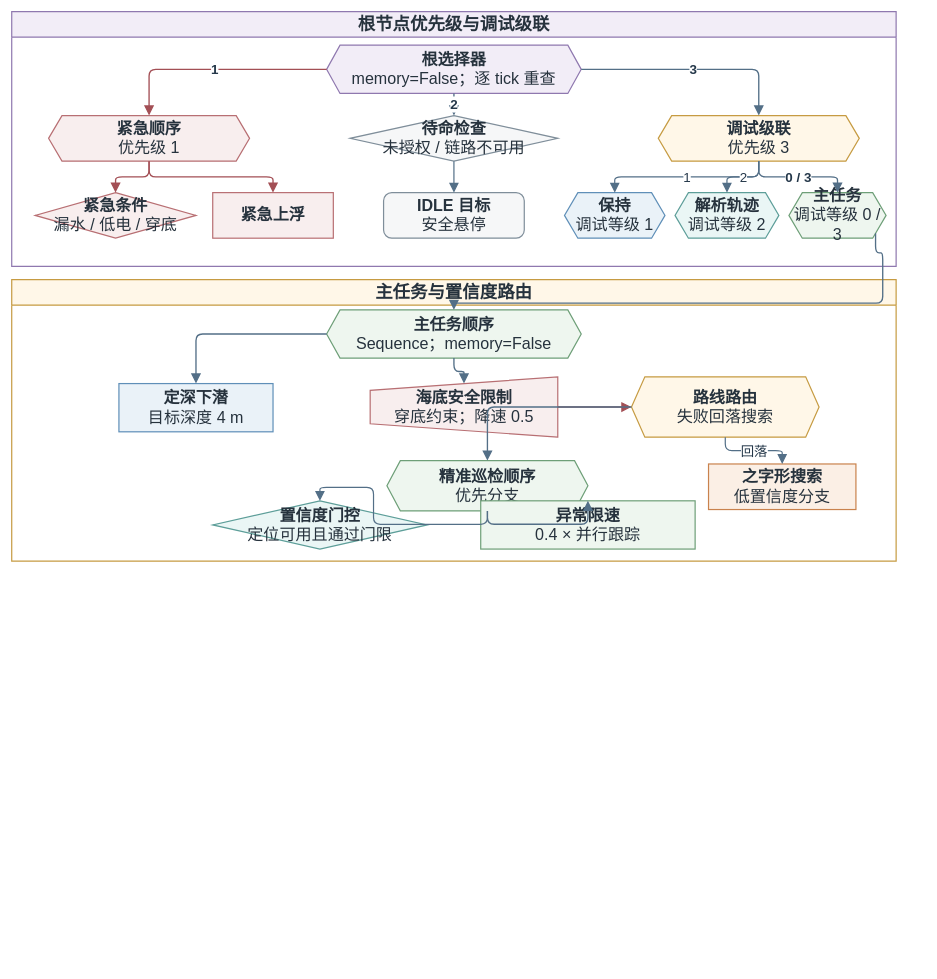
Earlier version of the draw.io diagram docs/thesis/figures/architecture/auv_v2_behavior_tree_illustration.drawio (360ZMEM/AUV-Master-Project). Source tidied: cells renumbered, new cells numbered last; positions are measured from the earlier drawing's top-left corner, leaving out a move shared by most shapes. Both pictures are drawn from the tidied source at 67%, with x=0, y=0 at pixel (11, 11).
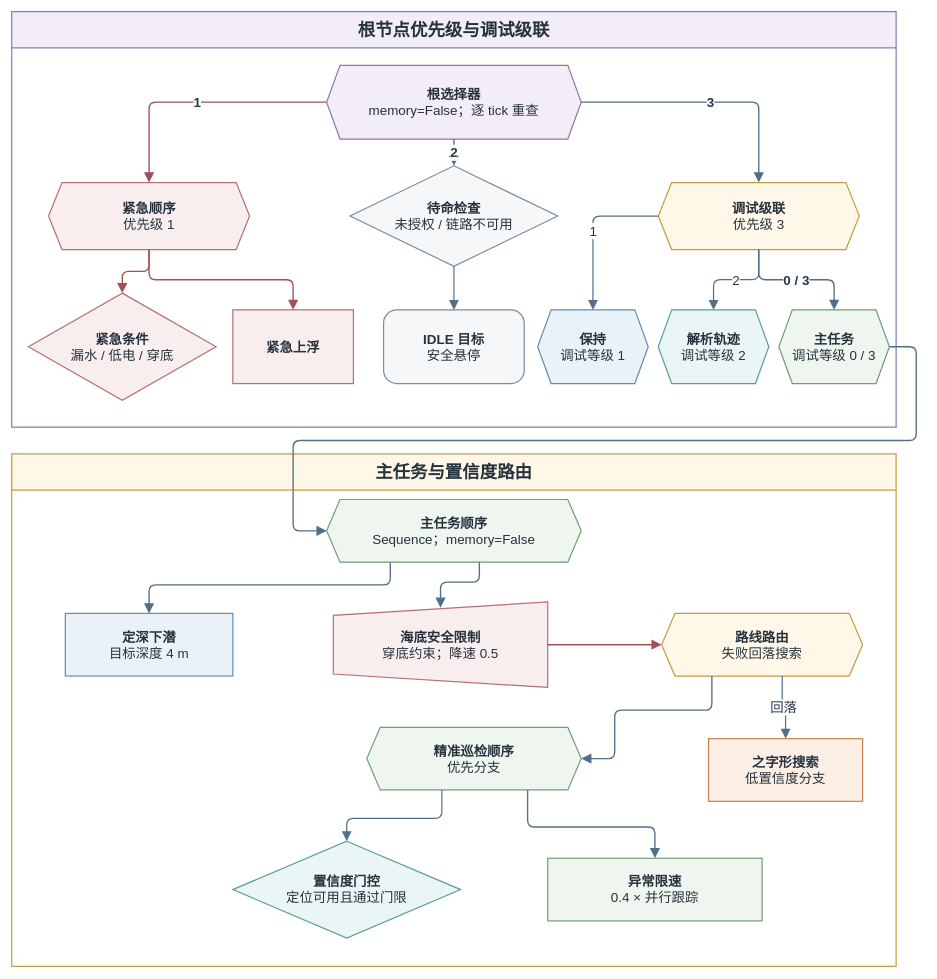
The same diagram, later.

What changed in the source:
```diff
@@
-    <mxCell id="2" value="根节点优先级与调试级联" style="swimlane;whiteSpace=wrap;html=1;startSize=38;rounded=0;fillColor=#F2EDF7;strokeColor=#8F78AF;strokeWidth=1.8;fontFamily=Songti SC;fontSize=26;fontStyle=1;fontColor=#26323D;" parent="1" vertex="1">
-      <mxGeometry width="1320" height="380" as="geometry" />
+    <mxCell id="2" value="根节点优先级与调试级联" style="swimlane;whiteSpace=wrap;html=1;startSize=54;rounded=0;fillColor=#F2EDF7;strokeColor=#8F78AF;strokeWidth=1.8;fontFamily=Songti SC;fontSize=26;fontStyle=1;fontColor=#26323D;" parent="1" vertex="1">
+      <mxGeometry width="1320" height="620" as="geometry" />
     </mxCell>
-    <mxCell id="3" value="主任务与置信度路由" style="swimlane;whiteSpace=wrap;html=1;startSize=38;rounded=0;fillColor=#FFF7E8;strokeColor=#C69B42;strokeWidth=1.8;fontFamily=Songti SC;fontSize=26;fontStyle=1;fontColor=#26323D;" parent="1" vertex="1">
-      <mxGeometry y="400" width="1320" height="420" as="geometry" />
+    <mxCell id="3" value="主任务与置信度路由" style="swimlane;whiteSpace=wrap;html=1;startSize=54;rounded=0;fillColor=#FFF7E8;strokeColor=#C69B42;strokeWidth=1.8;fontFamily=Songti SC;fontSize=26;fontStyle=1;fontColor=#26323D;" parent="1" vertex="1">
+      <mxGeometry y="660" width="1320" height="765" as="geometry" />
     </mxCell>
-    <mxCell id="4" value="&lt;b&gt;根选择器&lt;/b&gt;&lt;br&gt;memory=False；逐 tick 重查" style="shape=hexagon;perimeter=hexagonPerimeter2;fixedSize=1;whiteSpace=wrap;html=1;align=center;verticalAlign=middle;fillColor=#F2EDF7;strokeColor=#8F78AF;strokeWidth=1.8;spacing=8;fontFamily=Songti SC;fontSize=24;fontColor=#26323D;" parent="2" vertex="1">
-      <mxGeometry x="470" y="50" width="380" height="72" as="geometry" />
+    <mxCell id="4" value="&lt;b&gt;根选择器&lt;/b&gt;&lt;br&gt;memory=False；逐 tick 重查" style="shape=hexagon;perimeter=hexagonPerimeter2;fixedSize=1;whiteSpace=wrap;html=1;align=center;verticalAlign=middle;fillColor=#F2EDF7;strokeColor=#8F78AF;strokeWidth=1.8;spacing=8;fontFamily=Songti SC;fontSize=24;fontColor=#26323D;fontSize=20;" parent="2" vertex="1">
+      <mxGeometry x="470" y="80" width="380" height="110" as="geometry" />
     </mxCell>
-    <mxCell id="5" value="&lt;b&gt;紧急顺序&lt;/b&gt;&lt;br&gt;优先级 1" style="shape=hexagon;perimeter=hexagonPerimeter2;fixedSize=1;whiteSpace=wrap;html=1;align=center;verticalAlign=middle;fillColor=#F8EEEE;strokeColor=#B86F73;strokeWidth=1.8;spacing=8;fontFamily=Songti SC;fontSize=24;fontColor=#26323D;" parent="2" vertex="1">
-      <mxGeometry x="55" y="155" width="300" height="68" as="geometry" />
+    <mxCell id="5" value="&lt;b&gt;紧急顺序&lt;/b&gt;&lt;br&gt;优先级 1" style="shape=hexagon;perimeter=hexagonPerimeter2;fixedSize=1;whiteSpace=wrap;html=1;align=center;verticalAlign=middle;fillColor=#F8EEEE;strokeColor=#B86F73;strokeWidth=1.8;spacing=8;fontFamily=Songti SC;fontSize=24;fontColor=#26323D;fontSize=20;" parent="2" vertex="1">
+      <mxGeometry x="55" y="255" width="300" height="100" as="geometry" />
     </mxCell>
-    <mxCell id="6" value="&lt;b&gt;待命检查&lt;/b&gt;&lt;br&gt;未授权 / 链路不可用" style="rhombus;whiteSpace=wrap;html=1;align=center;verticalAlign=middle;fillColor=#F6F7F8;strokeColor=#7F8E9A;strokeWidth=1.8;spacing=8;fontFamily=Songti SC;fontSize=24;fontColor=#26323D;" parent="2" vertex="1">
-      <mxGeometry x="505" y="155" width="310" height="68" as="geometry" />
+    <mxCell id="6" value="&lt;b&gt;待命检查&lt;/b&gt;&lt;br&gt;未授权 / 链路不可用" style="rhombus;whiteSpace=wrap;html=1;align=center;verticalAlign=middle;fillColor=#F6F7F8;strokeColor=#7F8E9A;strokeWidth=1.8;spacing=8;fontFamily=Songti SC;fontSize=24;fontColor=#26323D;fontSize=20;" parent="2" vertex="1">
+      <mxGeometry x="505" y="230" width="310" height="150" as="geometry" />
     </mxCell>
-    <mxCell id="7" value="&lt;b&gt;调试级联&lt;/b&gt;&lt;br&gt;优先级 3" style="shape=hexagon;perimeter=hexagonPerimeter2;fixedSize=1;whiteSpace=wrap;html=1;align=center;verticalAlign=middle;fillColor=#FFF7E8;strokeColor=#C69B42;strokeWidth=1.8;spacing=8;fontFamily=Songti SC;fontSize=24;fontColor=#26323D;" parent="2" vertex="1">
-      <mxGeometry x="965" y="155" width="300" height="68" as="geometry" />
+    <mxCell id="7" value="&lt;b&gt;调试级联&lt;/b&gt;&lt;br&gt;优先级 3" style="shape=hexagon;perimeter=hexagonPerimeter2;fixedSize=1;whiteSpace=wrap;html=1;align=center;verticalAlign=middle;fillColor=#FFF7E8;strokeColor=#C69B42;strokeWidth=1.8;spacing=8;fontFamily=Songti SC;fontSize=24;fontColor=#26323D;fontSize=20;" parent="2" vertex="1">
+      <mxGeometry x="965" y="255" width="300" height="100" as="geometry" />
     </mxCell>
-    <mxCell id="8" value="&lt;b&gt;紧急条件&lt;/b&gt;&lt;br&gt;漏水 / 低电 / 穿底" style="rhombus;whiteSpace=wrap;html=1;align=center;verticalAlign=middle;fillColor=#F8EEEE;strokeColor=#B86F73;strokeWidth=1.8;spacing=8;fontFamily=Songti SC;fontSize=24;fontColor=#26323D;" parent="2" vertex="1">
-      <mxGeometry x="35" y="270" width="240" height="68" as="geometry" />
+    <mxCell id="8" value="&lt;b&gt;紧急条件&lt;/b&gt;&lt;br&gt;漏水 / 低电 / 穿底" style="rhombus;whiteSpace=wrap;html=1;align=center;verticalAlign=middle;fillColor=#F8EEEE;strokeColor=#B86F73;strokeWidth=1.8;spacing=8;fontFamily=Songti SC;fontSize=24;fontColor=#26323D;fontSize=20;" parent="2" vertex="1">
+      <mxGeometry x="25" y="420" width="280" height="160" as="geometry" />
     </mxCell>
-    <mxCell id="9" value="&lt;b&gt;紧急上浮&lt;/b&gt;" style="rounded=0;whiteSpace=wrap;html=1;align=center;verticalAlign=middle;fillColor=#F8EEEE;strokeColor=#B86F73;strokeWidth=1.8;spacing=8;fontFamily=Songti SC;fontSize=24;fontColor=#26323D;" parent="2" vertex="1">
-      <mxGeometry x="300" y="270" width="180" height="68" as="geometry" />
+    <mxCell id="9" value="&lt;b&gt;紧急上浮&lt;/b&gt;" style="rounded=0;whiteSpace=wrap;html=1;align=center;verticalAlign=middle;fillColor=#F8EEEE;strokeColor=#B86F73;strokeWidth=1.8;spacing=8;fontFamily=Songti SC;fontSize=24;fontColor=#26323D;fontSize=20;" parent="2" vertex="1">
+      <mxGeometry x="330" y="445" width="180" height="110" as="geometry" />
     </mxCell>
-    <mxCell id="10" value="&lt;b&gt;IDLE 目标&lt;/b&gt;&lt;br&gt;安全悬停" style="rounded=1;arcSize=18;whiteSpace=wrap;html=1;align=center;verticalAlign=middle;fillColor=#F6F7F8;strokeColor=#7F8E9A;strokeWidth=1.8;spacing=8;fontFamily=Songti SC;fontSize=24;fontColor=#26323D;" parent="2" vertex="1">
-      <mxGeometry x="555" y="270" width="210" height="68" as="geometry" />
+    <mxCell id="10" value="&lt;b&gt;IDLE 目标&lt;/b&gt;&lt;br&gt;安全悬停" style="rounded=1;arcSize=18;whiteSpace=wrap;html=1;align=center;verticalAlign=middle;fillColor=#F6F7F8;strokeColor=#7F8E9A;strokeWidth=1.8;spacing=8;fontFamily=Songti SC;fontSize=24;fontColor=#26323D;fontSize=20;" parent="2" vertex="1">
+      <mxGeometry x="555" y="445" width="210" height="110" as="geometry" />
     </mxCell>
-    <mxCell id="11" value="&lt;b&gt;保持&lt;/b&gt;&lt;br&gt;调试等级 1" style="shape=hexagon;perimeter=hexagonPerimeter2;fixedSize=1;whiteSpace=wrap;html=1;align=center;verticalAlign=middle;fillColor=#EAF2F8;strokeColor=#5F8FB8;strokeWidth=1.8;spacing=8;fontFamily=Songti SC;fontSize=24;fontColor=#26323D;" parent="2" vertex="1">
-      <mxGeometry x="825" y="270" width="150" height="68" as="geometry" />
+    <mxCell id="11" value="&lt;b&gt;保持&lt;/b&gt;&lt;br&gt;调试等级 1" style="shape=hexagon;perimeter=hexagonPerimeter2;fixedSize=1;whiteSpace=wrap;html=1;align=center;verticalAlign=middle;fillColor=#EAF2F8;strokeColor=#5F8FB8;strokeWidth=1.8;spacing=8;fontFamily=Songti SC;fontSize=24;fontColor=#26323D;fontSize=20;" parent="2" vertex="1">
+      <mxGeometry x="785" y="445" width="165" height="110" as="geometry" />
     </mxCell>
-    <mxCell id="12" value="&lt;b&gt;解析轨迹&lt;/b&gt;&lt;br&gt;调试等级 2" style="shape=hexagon;perimeter=hexagonPerimeter2;fixedSize=1;whiteSpace=wrap;html=1;align=center;verticalAlign=middle;fillColor=#EAF6F5;strokeColor=#5D9E99;strokeWidth=1.8;spacing=8;fontFamily=Songti SC;fontSize=24;fontColor=#26323D;" parent="2" vertex="1">
-      <mxGeometry x="990" y="270" width="155" height="68" as="geometry" />
+    <mxCell id="12" value="&lt;b&gt;解析轨迹&lt;/b&gt;&lt;br&gt;调试等级 2" style="shape=hexagon;perimeter=hexagonPerimeter2;fixedSize=1;whiteSpace=wrap;html=1;align=center;verticalAlign=middle;fillColor=#EAF6F5;strokeColor=#5D9E99;strokeWidth=1.8;spacing=8;fontFamily=Songti SC;fontSize=24;fontColor=#26323D;fontSize=20;" parent="2" vertex="1">
+      <mxGeometry x="965" y="445" width="165" height="110" as="geometry" />
     </mxCell>
-    <mxCell id="13" value="&lt;b&gt;主任务&lt;/b&gt;&lt;br&gt;调试等级 0 / 3" style="shape=hexagon;perimeter=hexagonPerimeter2;fixedSize=1;whiteSpace=wrap;html=1;align=center;verticalAlign=middle;fillColor=#EEF6EF;strokeColor=#6E9F78;strokeWidth=1.8;spacing=8;fontFamily=Songti SC;fontSize=24;fontColor=#26323D;" parent="2" vertex="1">
-      <mxGeometry x="1160" y="270" width="145" height="68" as="geometry" />
+    <mxCell id="13" value="&lt;b&gt;主任务&lt;/b&gt;&lt;br&gt;调试等级 0 / 3" style="shape=hexagon;perimeter=hexagonPerimeter2;fixedSize=1;whiteSpace=wrap;html=1;align=center;verticalAlign=middle;fillColor=#EEF6EF;strokeColor=#6E9F78;strokeWidth=1.8;spacing=8;fontFamily=Songti SC;fontSize=24;fontColor=#26323D;fontSize=20;" parent="2" vertex="1">
+      <mxGeometry x="1145" y="445" width="165" height="110" as="geometry" />
     </mxCell>
@@
-    <mxCell id="23" value="&lt;b&gt;主任务顺序&lt;/b&gt;&lt;br&gt;Sequence；memory=False" style="shape=hexagon;perimeter=hexagonPerimeter2;fixedSize=1;whiteSpace=wrap;html=1;align=center;verticalAlign=middle;fillColor=#EEF6EF;strokeColor=#6E9F78;strokeWidth=1.8;spacing=8;fontFamily=Songti SC;fontSize=24;fontColor=#26323D;" parent="3" vertex="1">
-      <mxGeometry x="470" y="45" width="380" height="72" as="geometry" />
+    <mxCell id="23" value="&lt;b&gt;主任务顺序&lt;/b&gt;&lt;br&gt;Sequence；memory=False" style="shape=hexagon;perimeter=hexagonPerimeter2;fixedSize=1;whiteSpace=wrap;html=1;align=center;verticalAlign=middle;fillColor=#EEF6EF;strokeColor=#6E9F78;strokeWidth=1.8;spacing=8;fontFamily=Songti SC;fontSize=24;fontColor=#26323D;fontSize=20;" parent="3" vertex="1">
+      <mxGeometry x="470" y="68" width="380" height="93.5" as="geometry" />
     </mxCell>
-    <mxCell id="24" value="&lt;b&gt;定深下潜&lt;/b&gt;&lt;br&gt;目标深度 4 m" style="rounded=0;whiteSpace=wrap;html=1;align=center;verticalAlign=middle;fillColor=#EAF2F8;strokeColor=#5F8FB8;strokeWidth=1.8;spacing=8;fontFamily=Songti SC;fontSize=24;fontColor=#26323D;" parent="3" vertex="1">
-      <mxGeometry x="160" y="155" width="230" height="72" as="geometry" />
+    <mxCell id="24" value="&lt;b&gt;定深下潜&lt;/b&gt;&lt;br&gt;目标深度 4 m" style="rounded=0;whiteSpace=wrap;html=1;align=center;verticalAlign=middle;fillColor=#EAF2F8;strokeColor=#5F8FB8;strokeWidth=1.8;spacing=8;fontFamily=Songti SC;fontSize=24;fontColor=#26323D;fontSize=20;" parent="3" vertex="1">
+      <mxGeometry x="80" y="238" width="250" height="93.5" as="geometry" />
     </mxCell>
-    <mxCell id="25" value="&lt;b&gt;海底安全限制&lt;/b&gt;&lt;br&gt;穿底约束；降速 0.5" style="shape=trapezoid;perimeter=trapezoidPerimeter;fixedSize=1;direction=north;whiteSpace=wrap;html=1;align=center;verticalAlign=middle;fillColor=#F8EEEE;strokeColor=#B86F73;strokeWidth=1.8;spacing=8;fontFamily=Songti SC;fontSize=24;fontColor=#26323D;" parent="3" vertex="1">
-      <mxGeometry x="535" y="145" width="280" height="90" as="geometry" />
+    <mxCell id="25" value="&lt;b&gt;海底安全限制&lt;/b&gt;&lt;br&gt;穿底约束；降速 0.5" style="shape=trapezoid;perimeter=trapezoidPerimeter;fixedSize=1;direction=north;whiteSpace=wrap;html=1;align=center;verticalAlign=middle;fillColor=#F8EEEE;strokeColor=#B86F73;strokeWidth=1.8;spacing=8;fontFamily=Songti SC;fontSize=24;fontColor=#26323D;fontSize=20;" parent="3" vertex="1">
+      <mxGeometry x="480" y="221" width="320" height="127.5" as="geometry" />
     </mxCell>
-    <mxCell id="26" value="&lt;b&gt;路线路由&lt;/b&gt;&lt;br&gt;失败回落搜索" style="shape=hexagon;perimeter=hexagonPerimeter2;fixedSize=1;whiteSpace=wrap;html=1;align=center;verticalAlign=middle;fillColor=#FFF7E8;strokeColor=#C69B42;strokeWidth=1.8;spacing=8;fontFamily=Songti SC;fontSize=24;fontColor=#26323D;" parent="3" vertex="1">
-      <mxGeometry x="925" y="145" width="280" height="90" as="geometry" />
+    <mxCell id="26" value="&lt;b&gt;路线路由&lt;/b&gt;&lt;br&gt;失败回落搜索" style="shape=hexagon;perimeter=hexagonPerimeter2;fixedSize=1;whiteSpace=wrap;html=1;align=center;verticalAlign=middle;fillColor=#FFF7E8;strokeColor=#C69B42;strokeWidth=1.8;spacing=8;fontFamily=Songti SC;fontSize=24;fontColor=#26323D;fontSize=20;" parent="3" vertex="1">
+      <mxGeometry x="970" y="238" width="300" height="93.5" as="geometry" />
     </mxCell>
-    <mxCell id="27" value="&lt;b&gt;精准巡检顺序&lt;/b&gt;&lt;br&gt;优先分支" style="shape=hexagon;perimeter=hexagonPerimeter2;fixedSize=1;whiteSpace=wrap;html=1;align=center;verticalAlign=middle;fillColor=#EEF6EF;strokeColor=#6E9F78;strokeWidth=1.8;spacing=8;fontFamily=Songti SC;fontSize=24;fontColor=#26323D;" parent="3" vertex="1">
-      <mxGeometry x="560" y="270" width="300" height="75" as="geometry" />
+    <mxCell id="27" value="&lt;b&gt;精准巡检顺序&lt;/b&gt;&lt;br&gt;优先分支" style="shape=hexagon;perimeter=hexagonPerimeter2;fixedSize=1;whiteSpace=wrap;html=1;align=center;verticalAlign=middle;fillColor=#EEF6EF;strokeColor=#6E9F78;strokeWidth=1.8;spacing=8;fontFamily=Songti SC;fontSize=24;fontColor=#26323D;fontSize=20;" parent="3" vertex="1">
+      <mxGeometry x="530" y="408" width="320" height="93.5" as="geometry" />
     </mxCell>
-    <mxCell id="28" value="&lt;b&gt;之字形搜索&lt;/b&gt;&lt;br&gt;低置信度分支" style="rounded=0;whiteSpace=wrap;html=1;align=center;verticalAlign=middle;fillColor=#FBEFE5;strokeColor=#C9824D;strokeWidth=1.8;spacing=8;fontFamily=Songti SC;fontSize=24;fontColor=#26323D;" parent="3" vertex="1">
-      <mxGeometry x="1040" y="275" width="220" height="68" as="geometry" />
+    <mxCell id="28" value="&lt;b&gt;之字形搜索&lt;/b&gt;&lt;br&gt;低置信度分支" style="rounded=0;whiteSpace=wrap;html=1;align=center;verticalAlign=middle;fillColor=#FBEFE5;strokeColor=#C9824D;strokeWidth=1.8;spacing=8;fontFamily=Songti SC;fontSize=24;fontColor=#26323D;fontSize=20;" parent="3" vertex="1">
+      <mxGeometry x="1040" y="425" width="230" height="93.5" as="geometry" />
     </mxCell>
-    <mxCell id="29" value="&lt;b&gt;置信度门控&lt;/b&gt;&lt;br&gt;定位可用且通过门限" style="rhombus;whiteSpace=wrap;html=1;align=center;verticalAlign=middle;fillColor=#EAF6F5;strokeColor=#5D9E99;strokeWidth=1.8;spacing=8;fontFamily=Songti SC;fontSize=24;fontColor=#26323D;" parent="3" vertex="1">
-      <mxGeometry x="300" y="330" width="320" height="72" as="geometry" />
+    <mxCell id="29" value="&lt;b&gt;置信度门控&lt;/b&gt;&lt;br&gt;定位可用且通过门限" style="rhombus;whiteSpace=wrap;html=1;align=center;verticalAlign=middle;fillColor=#EAF6F5;strokeColor=#5D9E99;strokeWidth=1.8;spacing=8;fontFamily=Songti SC;fontSize=24;fontColor=#26323D;fontSize=20;" parent="3" vertex="1">
+      <mxGeometry x="330" y="578" width="340" height="144.5" as="geometry" />
     </mxCell>
-    <mxCell id="30" value="&lt;b&gt;异常限速&lt;/b&gt;&lt;br&gt;0.4 × 并行跟踪" style="rounded=0;whiteSpace=wrap;html=1;align=center;verticalAlign=middle;fillColor=#EEF6EF;strokeColor=#6E9F78;strokeWidth=1.8;spacing=8;fontFamily=Songti SC;fontSize=24;fontColor=#26323D;" parent="3" vertex="1">
-      <mxGeometry x="700" y="330" width="320" height="72" as="geometry" />
+    <mxCell id="30" value="&lt;b&gt;异常限速&lt;/b&gt;&lt;br&gt;0.4 × 并行跟踪" style="rounded=0;whiteSpace=wrap;html=1;align=center;verticalAlign=middle;fillColor=#EEF6EF;strokeColor=#6E9F78;strokeWidth=1.8;spacing=8;fontFamily=Songti SC;fontSize=24;fontColor=#26323D;fontSize=20;" parent="3" vertex="1">
+      <mxGeometry x="800" y="603.5" width="320" height="93.5" as="geometry" />
     </mxCell>
-    <mxCell id="31" style="edgeStyle=orthogonalEdgeStyle;rounded=1;jettySize=auto;html=1;strokeColor=#536F87;strokeWidth=2.0;fontFamily=Songti SC;fontSize=20;fontStyle=1;fontColor=#25384A;labelBackgroundColor=#FFFFFF;labelBorderColor=none;endArrow=block;endFill=1;endSize=10;exitX=1;exitY=1;entryX=0.5;entryY=0;" parent="1" edge="1" source="13" target="23">
+    <mxCell id="31" style="edgeStyle=orthogonalEdgeStyle;rounded=1;jettySize=auto;html=1;strokeColor=#536F87;strokeWidth=2.0;fontFamily=Songti SC;fontSize=20;fontStyle=1;fontColor=#25384A;labelBackgroundColor=#FFFFFF;labelBorderColor=none;endArrow=block;endFill=1;endSize=10;exitX=1;exitY=0.5;entryX=0;entryY=0.5;" parent="1" edge="1" source="13" target="23">
       <mxGeometry relative="1" as="geometry">
         <Array as="points">
-          <mxPoint x="1300" y="360" />
-          <mxPoint x="1300" y="435" />
-          <mxPoint x="660" y="435" />
+          <mxPoint x="1350" y="500" />
+          <mxPoint x="1350" y="640" />
+          <mxPoint x="420" y="640" />
+          <mxPoint x="420" y="774.8" />
         </Array>
       </mxGeometry>
     </mxCell>
-    <mxCell id="32" style="edgeStyle=orthogonalEdgeStyle;rounded=1;jettySize=auto;html=1;strokeColor=#536F87;strokeWidth=2.0;fontFamily=Songti SC;fontSize=20;fontStyle=1;fontColor=#25384A;labelBackgroundColor=#FFFFFF;labelBorderColor=none;endArrow=block;endFill=1;endSize=10;" parent="1" edge="1" source="23" target="24">
-      <mxGeometry relative="1" as="geometry" />
+    <mxCell id="32" style="edgeStyle=orthogonalEdgeStyle;rounded=1;jettySize=auto;html=1;strokeColor=#536F87;strokeWidth=2.0;fontFamily=Songti SC;fontSize=20;fontStyle=1;fontColor=#25384A;labelBackgroundColor=#FFFFFF;labelBorderColor=none;endArrow=block;endFill=1;endSize=10;exitX=0.25;exitY=1;entryX=0.5;entryY=0;" parent="1" edge="1" source="23" target="24">
+      <mxGeometry relative="1" as="geometry">
+        <Array as="points">
+          <mxPoint x="565" y="855.5" />
+          <mxPoint x="205" y="855.5" />
+        </Array>
+      </mxGeometry>
     </mxCell>
-    <mxCell id="33" style="edgeStyle=orthogonalEdgeStyle;rounded=1;jettySize=auto;html=1;strokeColor=#536F87;strokeWidth=2.0;fontFamily=Songti SC;fontSize=20;fontStyle=1;fontColor=#25384A;labelBackgroundColor=#FFFFFF;labelBorderColor=none;endArrow=block;endFill=1;endSize=10;" parent="1" edge="1" source="23" target="25">
+    <mxCell id="33" style="edgeStyle=orthogonalEdgeStyle;rounded=1;jettySize=auto;html=1;strokeColor=#536F87;strokeWidth=2.0;fontFamily=Songti SC;fontSize=20;fontStyle=1;fontColor=#25384A;labelBackgroundColor=#FFFFFF;labelBorderColor=none;endArrow=block;endFill=1;endSize=10;exitX=0.6;exitY=1;entryX=0.9333333333;entryY=0.5;entryPerimeter=0;" parent="1" edge="1" source="23" target="25">
       <mxGeometry relative="1" as="geometry" />
     </mxCell>
-    <mxCell id="34" style="edgeStyle=orthogonalEdgeStyle;rounded=1;jettySize=auto;html=1;strokeColor=#A34F55;strokeWidth=2.0;fontFamily=Songti SC;fontSize=20;fontStyle=1;fontColor=#25384A;labelBackgroundColor=#FFFFFF;labelBorderColor=none;endArrow=block;endFill=1;endSize=10;" parent="1" edge="1" source="25" target="26">
+    <mxCell id="34" style="edgeStyle=orthogonalEdgeStyle;rounded=1;jettySize=auto;html=1;strokeColor=#A34F55;strokeWidth=2.0;fontFamily=Songti SC;fontSize=20;fontStyle=1;fontColor=#25384A;labelBackgroundColor=#FFFFFF;labelBorderColor=none;endArrow=block;endFill=1;endSize=10;exitX=0.5;exitY=1;exitPerimeter=0;entryX=0;entryY=0.5;" parent="1" edge="1" source="25" target="26">
       <mxGeometry relative="1" as="geometry" />
     </mxCell>
-    <mxCell id="35" style="edgeStyle=orthogonalEdgeStyle;rounded=1;jettySize=auto;html=1;strokeColor=#536F87;strokeWidth=2.0;fontFamily=Songti SC;fontSize=20;fontStyle=1;fontColor=#25384A;labelBackgroundColor=#FFFFFF;labelBorderColor=none;endArrow=block;endFill=1;endSize=10;" parent="1" edge="1" source="26" target="27">
-      <mxGeometry relative="1" as="geometry" />
+    <mxCell id="35" style="edgeStyle=orthogonalEdgeStyle;rounded=1;jettySize=auto;html=1;strokeColor=#536F87;strokeWidth=2.0;fontFamily=Songti SC;fontSize=20;fontStyle=1;fontColor=#25384A;labelBackgroundColor=#FFFFFF;labelBorderColor=none;endArrow=block;endFill=1;endSize=10;exitX=0.25;exitY=1;entryX=1;entryY=0.5;" parent="1" edge="1" source="26" target="27">
+      <mxGeometry relative="1" as="geometry">
+        <Array as="points">
+          <mxPoint x="1045" y="1042.5" />
+          <mxPoint x="900" y="1042.5" />
+          <mxPoint x="900" y="1114.8" />
+        </Array>
+      </mxGeometry>
     </mxCell>
-    <mxCell id="36" value="回落" style="edgeStyle=orthogonalEdgeStyle;rounded=1;jettySize=auto;html=1;strokeColor=#536F87;strokeWidth=1.8;fontFamily=Songti SC;fontSize=20;fontColor=#25384A;labelBackgroundColor=#FFFFFF;labelBorderColor=none;endArrow=block;endFill=1;endSize=10;" parent="1" edge="1" source="26" target="28">
+    <mxCell id="36" value="回落" style="edgeStyle=orthogonalEdgeStyle;rounded=1;jettySize=auto;html=1;strokeColor=#536F87;strokeWidth=1.8;fontFamily=Songti SC;fontSize=20;fontColor=#25384A;labelBackgroundColor=#FFFFFF;labelBorderColor=none;endArrow=block;endFill=1;endSize=10;exitX=0.6;exitY=1;entryX=0.5;entryY=0;" parent="1" edge="1" source="26" target="28">
       <mxGeometry relative="1" as="geometry" />
     </mxCell>
-    <mxCell id="37" style="edgeStyle=orthogonalEdgeStyle;rounded=1;jettySize=auto;html=1;strokeColor=#536F87;strokeWidth=1.8;fontFamily=Songti SC;fontSize=20;fontColor=#25384A;labelBackgroundColor=#FFFFFF;labelBorderColor=none;endArrow=block;endFill=1;endSize=10;" parent="1" edge="1" source="27" target="29">
-      <mxGeometry relative="1" as="geometry" />
+    <mxCell id="37" style="edgeStyle=orthogonalEdgeStyle;rounded=1;jettySize=auto;html=1;strokeColor=#536F87;strokeWidth=1.8;fontFamily=Songti SC;fontSize=20;fontColor=#25384A;labelBackgroundColor=#FFFFFF;labelBorderColor=none;endArrow=block;endFill=1;endSize=10;exitX=0.35;exitY=1;entryX=0.5;entryY=0;" parent="1" edge="1" source="27" target="29">
+      <mxGeometry relative="1" as="geometry">
+        <Array as="points">
+          <mxPoint x="642" y="1204" />
+          <mxPoint x="500" y="1204" />
+        </Array>
+      </mxGeometry>
     </mxCell>
-    <mxCell id="38" style="edgeStyle=orthogonalEdgeStyle;rounded=1;jettySize=auto;html=1;strokeColor=#536F87;strokeWidth=2.0;fontFamily=Songti SC;fontSize=20;fontStyle=1;fontColor=#25384A;labelBackgroundColor=#FFFFFF;labelBorderColor=none;endArrow=block;endFill=1;endSize=10;" parent="1" edge="1" source="27" target="30">
-      <mxGeometry relative="1" as="geometry" />
+    <mxCell id="38" style="edgeStyle=orthogonalEdgeStyle;rounded=1;jettySize=auto;html=1;strokeColor=#536F87;strokeWidth=2.0;fontFamily=Songti SC;fontSize=20;fontStyle=1;fontColor=#25384A;labelBackgroundColor=#FFFFFF;labelBorderColor=none;endArrow=block;endFill=1;endSize=10;exitX=0.75;exitY=1;entryX=0.5;entryY=0;" parent="1" edge="1" source="27" target="30">
+      <mxGeometry relative="1" as="geometry">
+        <Array as="points">
+          <mxPoint x="770" y="1216.8" />
+          <mxPoint x="960" y="1216.8" />
+        </Array>
+      </mxGeometry>
     </mxCell>
```
